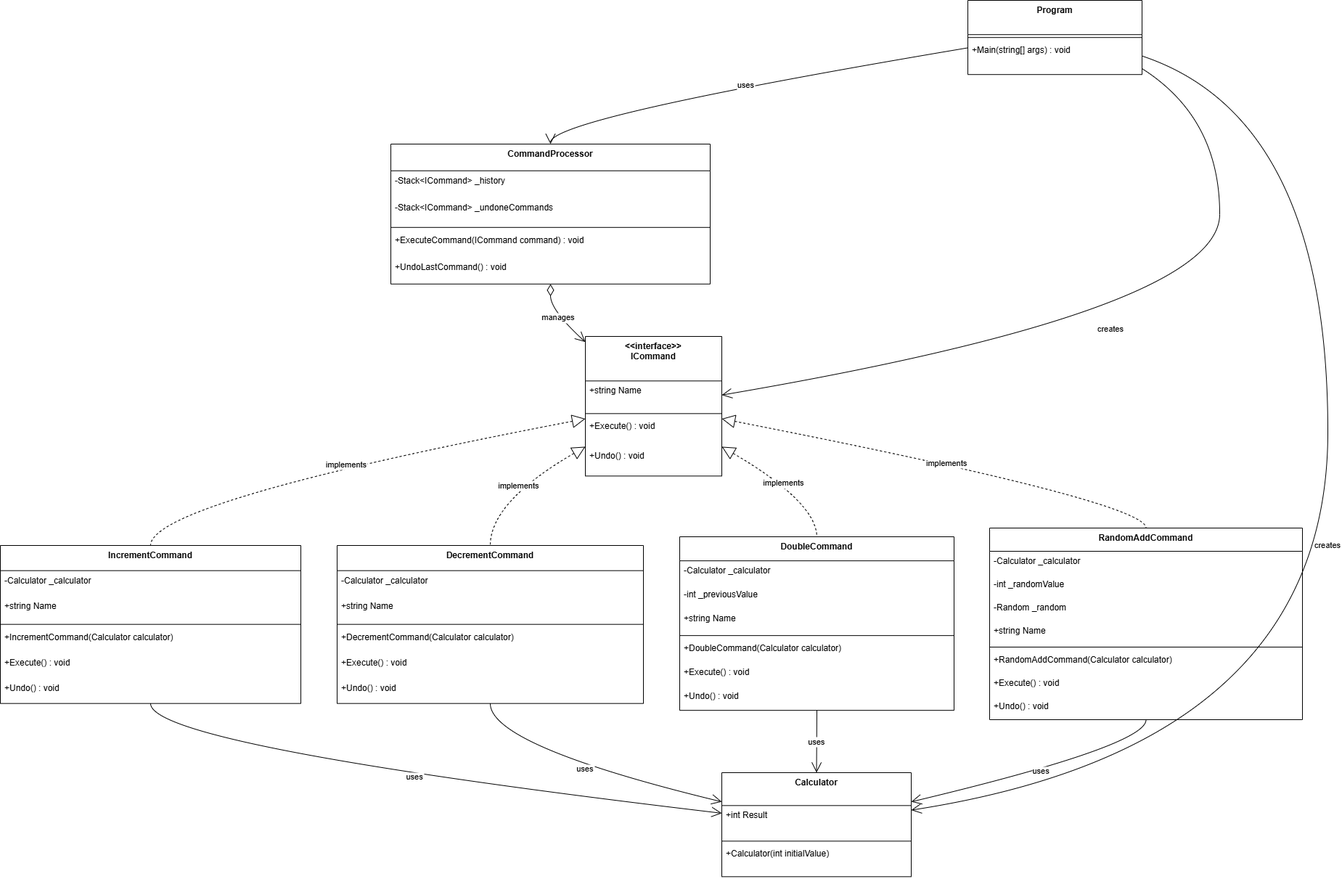
This is Untitled Diagram.drawio.png from mohamedfahd12345/Command-Pattern-Calculator, a draw.io export, as it was before one commit. Source tidied: cells renumbered, new cells last; positions are measured from the earlier drawing's top-left corner, leaving out a move shared by most shapes.
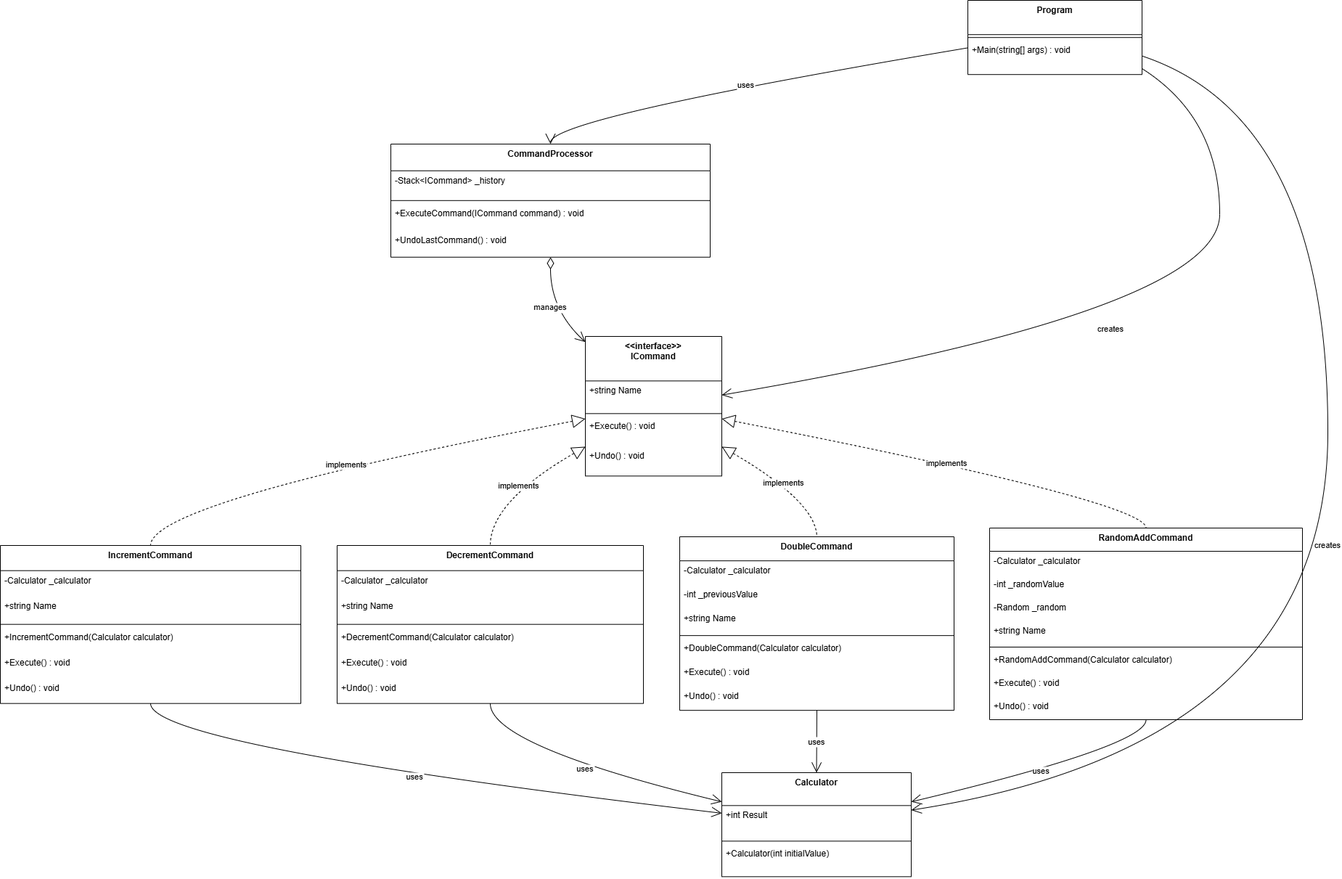
The same diagram one commit later.

Commit message:
added class diagram

Diff of the diagram source:
```diff
@@ -123,22 +123,19 @@
       <mxGeometry y="232" width="431" height="32" as="geometry" />
     </mxCell>
     <mxCell id="42" value="CommandProcessor" style="swimlane;fontStyle=1;align=center;verticalAlign=top;horizontal=1;startSize=36.8;" parent="1" vertex="1">
-      <mxGeometry x="538" y="198" width="440" height="192.8" as="geometry" />
+      <mxGeometry x="538" y="198" width="440" height="155.8" as="geometry" />
     </mxCell>
     <mxCell id="43" value="-Stack&lt;ICommand&gt; _history" style="text;strokeColor=none;fillColor=none;align=left;verticalAlign=top;spacingLeft=4;spacingRight=4;overflow=hidden;" parent="42" vertex="1">
       <mxGeometry y="36.8" width="440" height="37" as="geometry" />
     </mxCell>
-    <mxCell id="44" value="-Stack&lt;ICommand&gt; _undoneCommands" style="text;strokeColor=none;fillColor=none;align=left;verticalAlign=top;spacingLeft=4;spacingRight=4;overflow=hidden;" parent="42" vertex="1">
-      <mxGeometry y="73.8" width="440" height="37" as="geometry" />
-    </mxCell>
     <mxCell id="45" style="line;strokeWidth=1;fillColor=none;align=left;verticalAlign=middle;spacingTop=-1;spacingLeft=3;spacingRight=3;labelPosition=right;strokeColor=inherit;" parent="42" vertex="1">
-      <mxGeometry y="110.8" width="440" height="8" as="geometry" />
+      <mxGeometry y="73.8" width="440" height="8" as="geometry" />
     </mxCell>
     <mxCell id="46" value="+ExecuteCommand(ICommand command) : void" style="text;strokeColor=none;fillColor=none;align=left;verticalAlign=top;spacingLeft=4;spacingRight=4;overflow=hidden;" parent="42" vertex="1">
-      <mxGeometry y="118.8" width="440" height="37" as="geometry" />
+      <mxGeometry y="81.8" width="440" height="37" as="geometry" />
     </mxCell>
     <mxCell id="47" value="+UndoLastCommand() : void" style="text;strokeColor=none;fillColor=none;align=left;verticalAlign=top;spacingLeft=4;spacingRight=4;overflow=hidden;" parent="42" vertex="1">
-      <mxGeometry y="155.8" width="440" height="37" as="geometry" />
+      <mxGeometry y="118.8" width="440" height="37" as="geometry" />
     </mxCell>
     <mxCell id="48" value="Program" style="swimlane;fontStyle=1;align=center;verticalAlign=top;horizontal=1;startSize=47.2;" parent="1" vertex="1">
       <mxGeometry x="1333" width="240" height="102.2" as="geometry" />
```
